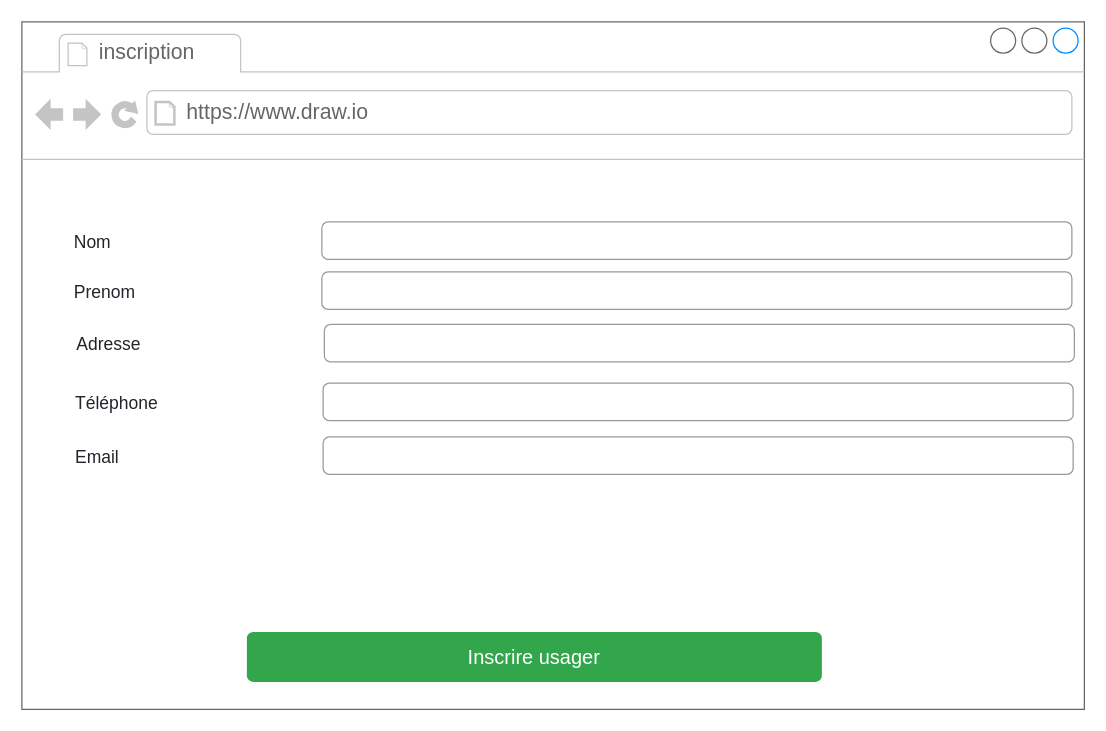
Above: page "inscription" (4 of 8) of maquetter_une_application/realiser_la_maquette_ux_ui/phase_3/maquetage_personnel.drawio in Rustam0-0/cda (draw.io), before the change. Source tidied: cells renumbered, new cells numbered last; positions are measured from the earlier drawing's top-left corner, leaving out a move shared by most shapes. Both pictures are drawn from the tidied source at 125%, with x=0, y=0 at pixel (21, 21).
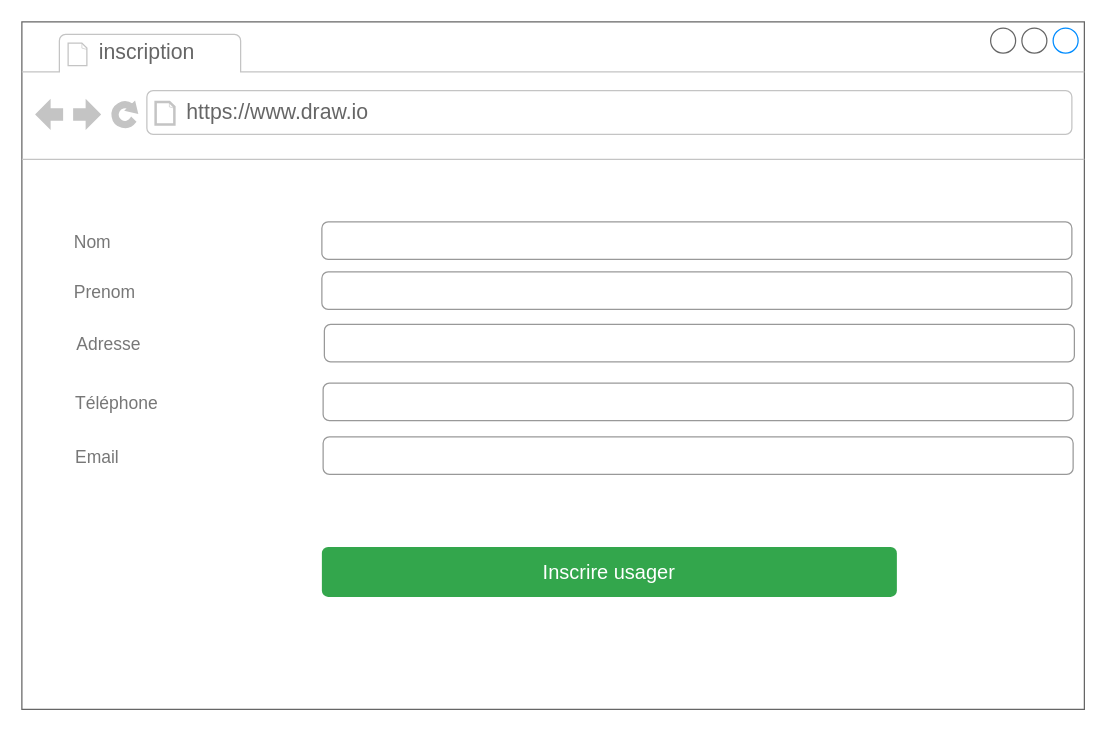
The same diagram, later.

The edit, as a diff of the source:
```diff
@@
 <mxGraphModel>
   <root>
     <mxCell id="0" />
     <mxCell id="1" parent="0" />
     <mxCell id="2" style="strokeWidth=1;shadow=0;dashed=0;align=center;html=1;shape=mxgraph.mockup.containers.browserWindow;rSize=0;strokeColor=#666666;strokeColor2=#008cff;strokeColor3=#c4c4c4;mainText=,;" parent="1" vertex="1">
       <mxGeometry width="850" height="550" as="geometry" />
     </mxCell>
     <mxCell id="3" value="inscription" style="strokeWidth=1;shadow=0;dashed=0;align=center;html=1;shape=mxgraph.mockup.containers.anchor;fontSize=17;fontColor=#666666;align=left;" parent="2" vertex="1">
       <mxGeometry x="60" y="12" width="110" height="26" as="geometry" />
     </mxCell>
     <mxCell id="4" value="https://www.draw.io" style="strokeWidth=1;shadow=0;dashed=0;align=center;html=1;shape=mxgraph.mockup.containers.anchor;rSize=0;fontSize=17;fontColor=#666666;align=left;" parent="2" vertex="1">
       <mxGeometry x="130" y="60" width="250" height="26" as="geometry" />
     </mxCell>
     <mxCell id="5" value="Inscrire usager" style="html=1;shadow=0;dashed=0;shape=mxgraph.bootstrap.rrect;rSize=5;strokeColor=none;strokeWidth=1;fillColor=#33A64C;fontColor=#FFFFFF;whiteSpace=wrap;align=center;verticalAlign=middle;spacingLeft=0;fontStyle=0;fontSize=16;spacing=5;" parent="2" vertex="1">
-      <mxGeometry x="180" y="488" width="460" height="40" as="geometry" />
+      <mxGeometry x="240" y="420" width="460" height="40" as="geometry" />
     </mxCell>
-    <mxCell id="6" value="Nom" style="fillColor=none;strokeColor=none;align=left;fontSize=14;fontColor=#212529;" parent="2" vertex="1">
+    <mxCell id="6" value="Nom" style="fillColor=none;strokeColor=none;align=left;fontSize=14;fontColor=#777777;" parent="2" vertex="1">
       <mxGeometry x="40" y="160" width="200" height="30" as="geometry" />
     </mxCell>
     <mxCell id="7" style="html=1;shadow=0;dashed=0;shape=mxgraph.bootstrap.rrect;rSize=5;fillColor=none;strokeColor=#999999;align=left;spacing=15;fontSize=14;fontColor=#6C767D;" parent="2" vertex="1">
       <mxGeometry x="240" y="160" width="600" height="30" as="geometry" />
     </mxCell>
-    <mxCell id="8" value="Prenom" style="fillColor=none;strokeColor=none;align=left;fontSize=14;fontColor=#212529;" parent="2" vertex="1">
+    <mxCell id="8" value="Prenom" style="fillColor=none;strokeColor=none;align=left;fontSize=14;fontColor=#777777;" parent="2" vertex="1">
       <mxGeometry x="40" y="200" width="200" height="30" as="geometry" />
     </mxCell>
     <mxCell id="9" style="html=1;shadow=0;dashed=0;shape=mxgraph.bootstrap.rrect;rSize=5;fillColor=none;strokeColor=#999999;align=left;spacing=15;fontSize=14;fontColor=#6C767D;" parent="2" vertex="1">
       <mxGeometry x="240" y="200" width="600" height="30" as="geometry" />
     </mxCell>
-    <mxCell id="10" value="Adresse" style="fillColor=none;strokeColor=none;align=left;fontSize=14;fontColor=#212529;" parent="1" vertex="1">
+    <mxCell id="10" value="Adresse" style="fillColor=none;strokeColor=none;align=left;fontSize=14;fontColor=#777777;" parent="1" vertex="1">
       <mxGeometry x="42" y="242" width="200" height="30" as="geometry" />
     </mxCell>
     <mxCell id="11" style="html=1;shadow=0;dashed=0;shape=mxgraph.bootstrap.rrect;rSize=5;fillColor=none;strokeColor=#999999;align=left;spacing=15;fontSize=14;fontColor=#6C767D;" parent="1" vertex="1">
       <mxGeometry x="242" y="242" width="600" height="30" as="geometry" />
     </mxCell>
-    <mxCell id="12" value="Téléphone" style="fillColor=none;strokeColor=none;align=left;fontSize=14;fontColor=#212529;" parent="1" vertex="1">
+    <mxCell id="12" value="Téléphone" style="fillColor=none;strokeColor=none;align=left;fontSize=14;fontColor=#777777;" parent="1" vertex="1">
       <mxGeometry x="41" y="289" width="200" height="30" as="geometry" />
     </mxCell>
     <mxCell id="13" style="html=1;shadow=0;dashed=0;shape=mxgraph.bootstrap.rrect;rSize=5;fillColor=none;strokeColor=#999999;align=left;spacing=15;fontSize=14;fontColor=#6C767D;" parent="1" vertex="1">
       <mxGeometry x="241" y="289" width="600" height="30" as="geometry" />
     </mxCell>
-    <mxCell id="14" value="Email" style="fillColor=none;strokeColor=none;align=left;fontSize=14;fontColor=#212529;" parent="1" vertex="1">
+    <mxCell id="14" value="Email" style="fillColor=none;strokeColor=none;align=left;fontSize=14;fontColor=#777777;" parent="1" vertex="1">
       <mxGeometry x="41" y="332" width="200" height="30" as="geometry" />
     </mxCell>
     <mxCell id="15" style="html=1;shadow=0;dashed=0;shape=mxgraph.bootstrap.rrect;rSize=5;fillColor=none;strokeColor=#999999;align=left;spacing=15;fontSize=14;fontColor=#6C767D;" parent="1" vertex="1">
       <mxGeometry x="241" y="332" width="600" height="30" as="geometry" />
     </mxCell>
   </root>
 </mxGraphModel>
```
